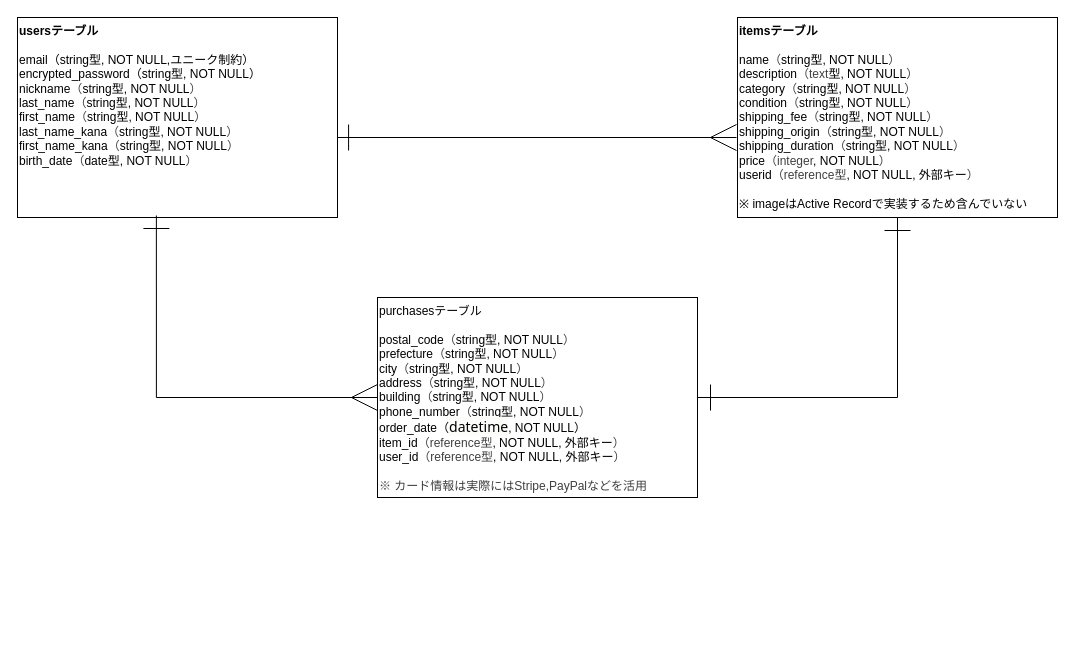
Earlier version of the draw.io diagram frima.dio (AS062206/furima-42123). Source tidied: cells renumbered, new cells numbered last; positions are measured from the earlier drawing's top-left corner, leaving out a move shared by most shapes. Both pictures are drawn from the tidied source at 100%, with x=0, y=0 at pixel (17, 17).
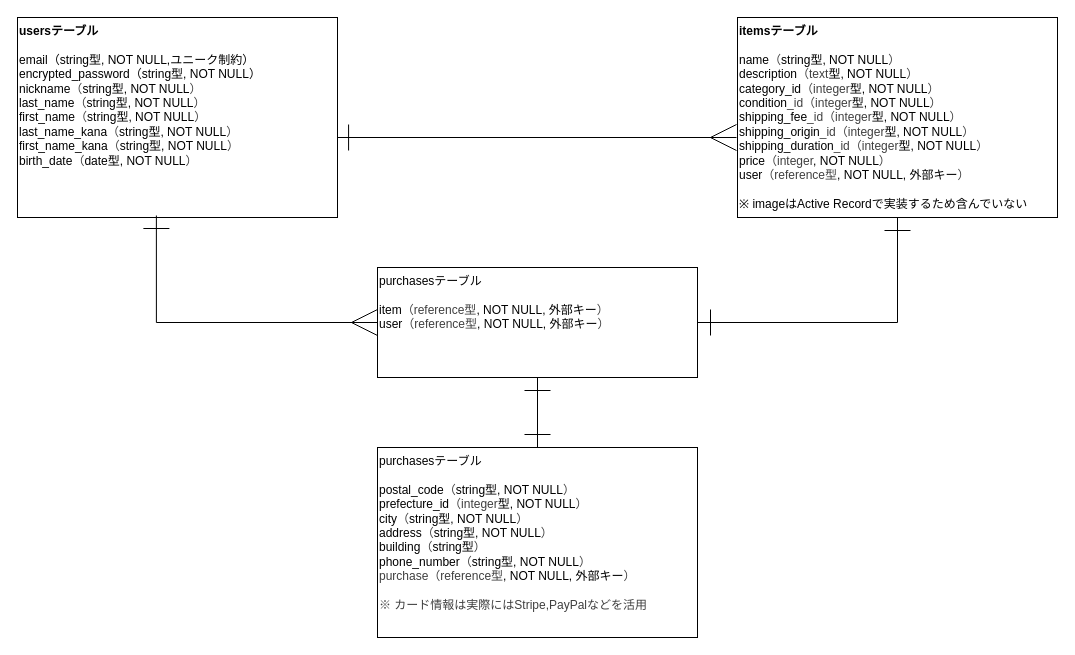
Above is the later version.

The edit, as a diff of the source:
```diff
@@
 <mxGraphModel>
   <root>
     <mxCell id="0" />
     <mxCell id="1" parent="0" />
     <mxCell id="2" style="edgeStyle=none;html=1;exitX=0.994;exitY=0.6;exitDx=0;exitDy=0;rounded=0;curved=0;startArrow=ERone;startFill=0;endArrow=ERmany;endFill=0;strokeWidth=1;exitPerimeter=0;endSize=24;startSize=24;" parent="1" edge="1" source="3">
       <mxGeometry relative="1" as="geometry">
         <mxPoint x="719" y="120" as="targetPoint" />
       </mxGeometry>
     </mxCell>
     <mxCell id="3" value="&lt;b&gt;usersテーブル&lt;br&gt;&lt;/b&gt;&lt;br&gt;    email（string型, NOT NULL,ユニーク制約）&lt;div&gt;encrypted_password（&lt;span style=&quot;color: rgb(0, 0, 0); background-color: transparent;&quot;&gt;string型, NOT NULL&lt;/span&gt;&lt;span style=&quot;background-color: transparent;&quot;&gt;）&lt;/span&gt;&lt;/div&gt;&lt;div&gt;nickname&lt;span style=&quot;background-color: transparent; color: rgb(63, 63, 63);&quot;&gt;（&lt;/span&gt;&lt;span style=&quot;background-color: transparent; color: rgb(0, 0, 0);&quot;&gt;string型, NOT NULL&lt;/span&gt;&lt;span style=&quot;background-color: transparent; color: rgb(63, 63, 63);&quot;&gt;）&lt;/span&gt;&lt;/div&gt;&lt;div&gt;last_name&lt;span style=&quot;background-color: transparent; color: rgb(63, 63, 63);&quot;&gt;（&lt;/span&gt;&lt;span style=&quot;background-color: transparent; color: rgb(0, 0, 0);&quot;&gt;string型, NOT NULL&lt;/span&gt;&lt;span style=&quot;background-color: transparent; color: rgb(63, 63, 63);&quot;&gt;）&lt;/span&gt;&lt;/div&gt;&lt;div&gt;first_name&lt;span style=&quot;background-color: transparent; color: rgb(63, 63, 63);&quot;&gt;（&lt;/span&gt;&lt;span style=&quot;background-color: transparent; color: rgb(0, 0, 0);&quot;&gt;string型, NOT NULL&lt;/span&gt;&lt;span style=&quot;background-color: transparent; color: rgb(63, 63, 63);&quot;&gt;）&lt;/span&gt;&lt;/div&gt;&lt;div&gt;last_name_kana&lt;span style=&quot;background-color: transparent; color: rgb(63, 63, 63);&quot;&gt;（&lt;/span&gt;&lt;span style=&quot;background-color: transparent; color: rgb(0, 0, 0);&quot;&gt;string型, NOT NULL&lt;/span&gt;&lt;span style=&quot;background-color: transparent; color: rgb(63, 63, 63);&quot;&gt;）&lt;/span&gt;&lt;/div&gt;&lt;div&gt;first_name_kana&lt;span style=&quot;background-color: transparent; color: rgb(63, 63, 63);&quot;&gt;（&lt;/span&gt;&lt;span style=&quot;background-color: transparent; color: rgb(0, 0, 0);&quot;&gt;string型, NOT NULL&lt;/span&gt;&lt;span style=&quot;background-color: transparent; color: rgb(63, 63, 63);&quot;&gt;）&lt;/span&gt;&lt;/div&gt;&lt;div&gt;birth_date&lt;span style=&quot;background-color: transparent; color: rgb(63, 63, 63);&quot;&gt;（&lt;/span&gt;&lt;span style=&quot;background-color: transparent;&quot;&gt;&lt;font color=&quot;#000000&quot;&gt;date型, NOT NULL&lt;/font&gt;&lt;/span&gt;&lt;span style=&quot;background-color: transparent; color: rgb(63, 63, 63);&quot;&gt;）&lt;/span&gt;&lt;/div&gt;" style="rounded=0;whiteSpace=wrap;html=1;align=left;verticalAlign=top;" parent="1" vertex="1">
       <mxGeometry width="320" height="200" as="geometry" />
     </mxCell>
-    <mxCell id="4" style="edgeStyle=orthogonalEdgeStyle;html=1;exitX=0.5;exitY=1;exitDx=0;exitDy=0;entryX=1;entryY=0.5;entryDx=0;entryDy=0;rounded=0;curved=0;endArrow=ERone;endFill=0;startArrow=ERone;startFill=0;endSize=24;startSize=24;" parent="1" edge="1" source="5" target="7">
+    <mxCell id="4" style="edgeStyle=orthogonalEdgeStyle;html=1;exitX=0.5;exitY=1;exitDx=0;exitDy=0;rounded=0;curved=0;endArrow=ERone;endFill=0;startArrow=ERone;startFill=0;endSize=24;startSize=24;entryX=1;entryY=0.5;entryDx=0;entryDy=0;" parent="1" edge="1" source="5" target="7">
       <mxGeometry relative="1" as="geometry" />
     </mxCell>
-    <mxCell id="5" value="&lt;b&gt;itemsテーブル&lt;/b&gt;&lt;br&gt;&lt;br&gt;   name&lt;span style=&quot;background-color: transparent; color: rgb(63, 63, 63);&quot;&gt;（&lt;/span&gt;&lt;span style=&quot;background-color: transparent; color: rgb(0, 0, 0);&quot;&gt;string型, NOT NULL&lt;/span&gt;&lt;span style=&quot;background-color: transparent; color: rgb(63, 63, 63);&quot;&gt;）&lt;/span&gt;&lt;div&gt;description&lt;span style=&quot;background-color: transparent; color: rgb(63, 63, 63);&quot;&gt;（text&lt;/span&gt;&lt;span style=&quot;background-color: transparent; color: rgb(0, 0, 0);&quot;&gt;型, NOT NULL&lt;/span&gt;&lt;span style=&quot;background-color: transparent; color: rgb(63, 63, 63);&quot;&gt;）&lt;/span&gt;&lt;/div&gt;&lt;div&gt;category&lt;span style=&quot;background-color: transparent; color: rgb(63, 63, 63);&quot;&gt;（&lt;/span&gt;&lt;span style=&quot;background-color: transparent; color: rgb(0, 0, 0);&quot;&gt;string型, NOT NULL&lt;/span&gt;&lt;span style=&quot;background-color: transparent; color: rgb(63, 63, 63);&quot;&gt;）&lt;/span&gt;&lt;/div&gt;&lt;div&gt;condition&lt;span style=&quot;background-color: transparent; color: rgb(63, 63, 63);&quot;&gt;（&lt;/span&gt;&lt;span style=&quot;background-color: transparent; color: rgb(0, 0, 0);&quot;&gt;string型, NOT NULL&lt;/span&gt;&lt;span style=&quot;background-color: transparent; color: rgb(63, 63, 63);&quot;&gt;）&lt;/span&gt;&lt;/div&gt;&lt;div&gt;shipping_fee&lt;span style=&quot;background-color: transparent; color: rgb(63, 63, 63);&quot;&gt;（&lt;/span&gt;&lt;span style=&quot;background-color: transparent; color: rgb(0, 0, 0);&quot;&gt;string型, NOT NULL&lt;/span&gt;&lt;span style=&quot;background-color: transparent; color: rgb(63, 63, 63);&quot;&gt;）&lt;/span&gt;&lt;/div&gt;&lt;div&gt;shipping_origin&lt;span style=&quot;background-color: transparent; color: rgb(63, 63, 63);&quot;&gt;（&lt;/span&gt;&lt;span style=&quot;background-color: transparent; color: rgb(0, 0, 0);&quot;&gt;string型, NOT NULL&lt;/span&gt;&lt;span style=&quot;background-color: transparent; color: rgb(63, 63, 63);&quot;&gt;）&lt;/span&gt;&lt;/div&gt;&lt;div&gt;shipping_duration&lt;span style=&quot;background-color: transparent; color: rgb(63, 63, 63);&quot;&gt;（&lt;/span&gt;&lt;span style=&quot;background-color: transparent; color: rgb(0, 0, 0);&quot;&gt;string型, NOT NULL&lt;/span&gt;&lt;span style=&quot;background-color: transparent; color: rgb(63, 63, 63);&quot;&gt;）&lt;/span&gt;&lt;/div&gt;&lt;div&gt;price&lt;span style=&quot;background-color: transparent; color: rgb(63, 63, 63);&quot;&gt;（integer&lt;/span&gt;&lt;span style=&quot;background-color: transparent; color: rgb(0, 0, 0);&quot;&gt;, NOT NULL&lt;/span&gt;&lt;span style=&quot;background-color: transparent; color: rgb(63, 63, 63);&quot;&gt;）&lt;/span&gt;&lt;/div&gt;&lt;div&gt;userid&lt;span style=&quot;color: rgb(63, 63, 63); background-color: transparent;&quot;&gt;（reference型&lt;/span&gt;&lt;span style=&quot;color: rgb(0, 0, 0); background-color: transparent;&quot;&gt;, NOT NULL, 外部キー&lt;/span&gt;&lt;span style=&quot;color: rgb(63, 63, 63); background-color: transparent;&quot;&gt;）&lt;/span&gt;&lt;br&gt;&lt;br&gt;※ imageはActive Recordで実装するため含んでいない&lt;/div&gt;" style="rounded=0;whiteSpace=wrap;html=1;align=left;verticalAlign=top;horizontal=1;" parent="1" vertex="1">
+    <mxCell id="5" value="&lt;b&gt;itemsテーブル&lt;/b&gt;&lt;br&gt;&lt;br&gt;   name&lt;span style=&quot;background-color: transparent; color: rgb(63, 63, 63);&quot;&gt;（&lt;/span&gt;&lt;span style=&quot;background-color: transparent; color: rgb(0, 0, 0);&quot;&gt;string型, NOT NULL&lt;/span&gt;&lt;span style=&quot;background-color: transparent; color: rgb(63, 63, 63);&quot;&gt;）&lt;/span&gt;&lt;div&gt;description&lt;span style=&quot;background-color: transparent; color: rgb(63, 63, 63);&quot;&gt;（text&lt;/span&gt;&lt;span style=&quot;background-color: transparent; color: rgb(0, 0, 0);&quot;&gt;型, NOT NULL&lt;/span&gt;&lt;span style=&quot;background-color: transparent; color: rgb(63, 63, 63);&quot;&gt;）&lt;/span&gt;&lt;/div&gt;&lt;div&gt;category_id&lt;span style=&quot;background-color: transparent; color: rgb(63, 63, 63);&quot;&gt;（integer&lt;/span&gt;&lt;span style=&quot;background-color: transparent; color: rgb(0, 0, 0);&quot;&gt;型, NOT NULL&lt;/span&gt;&lt;span style=&quot;background-color: transparent; color: rgb(63, 63, 63);&quot;&gt;）&lt;/span&gt;&lt;/div&gt;&lt;div&gt;condition&lt;span style=&quot;background-color: transparent; color: rgb(0, 0, 0);&quot;&gt;&lt;span style=&quot;color: rgb(63, 63, 63);&quot;&gt;_id&lt;/span&gt;&lt;span style=&quot;background-color: transparent; color: rgb(63, 63, 63);&quot;&gt;（integer&lt;/span&gt;型, NOT NULL&lt;/span&gt;&lt;span style=&quot;background-color: transparent; color: rgb(63, 63, 63);&quot;&gt;）&lt;/span&gt;&lt;/div&gt;&lt;div&gt;shipping_fee&lt;span style=&quot;background-color: transparent; color: rgb(0, 0, 0);&quot;&gt;&lt;span style=&quot;color: rgb(63, 63, 63);&quot;&gt;_id&lt;/span&gt;&lt;span style=&quot;background-color: transparent; color: rgb(63, 63, 63);&quot;&gt;（integer&lt;/span&gt;型, NOT NULL&lt;/span&gt;&lt;span style=&quot;background-color: transparent; color: rgb(63, 63, 63);&quot;&gt;）&lt;/span&gt;&lt;/div&gt;&lt;div&gt;shipping_origin&lt;span style=&quot;background-color: transparent; color: rgb(0, 0, 0);&quot;&gt;&lt;span style=&quot;color: rgb(63, 63, 63);&quot;&gt;_id&lt;/span&gt;&lt;span style=&quot;background-color: transparent; color: rgb(63, 63, 63);&quot;&gt;（integer&lt;/span&gt;型, NOT NULL&lt;/span&gt;&lt;span style=&quot;background-color: transparent; color: rgb(63, 63, 63);&quot;&gt;）&lt;/span&gt;&lt;/div&gt;&lt;div&gt;shipping_duration&lt;span style=&quot;background-color: transparent; color: rgb(0, 0, 0);&quot;&gt;&lt;span style=&quot;color: rgb(63, 63, 63);&quot;&gt;_id&lt;/span&gt;&lt;span style=&quot;background-color: transparent; color: rgb(63, 63, 63);&quot;&gt;（integer&lt;/span&gt;型, NOT NULL&lt;/span&gt;&lt;span style=&quot;background-color: transparent; color: rgb(63, 63, 63);&quot;&gt;）&lt;/span&gt;&lt;/div&gt;&lt;div&gt;price&lt;span style=&quot;background-color: transparent; color: rgb(63, 63, 63);&quot;&gt;（integer&lt;/span&gt;&lt;span style=&quot;background-color: transparent; color: rgb(0, 0, 0);&quot;&gt;, NOT NULL&lt;/span&gt;&lt;span style=&quot;background-color: transparent; color: rgb(63, 63, 63);&quot;&gt;）&lt;/span&gt;&lt;/div&gt;&lt;div&gt;user&lt;span style=&quot;color: rgb(63, 63, 63); background-color: transparent;&quot;&gt;（reference型&lt;/span&gt;&lt;span style=&quot;color: rgb(0, 0, 0); background-color: transparent;&quot;&gt;, NOT NULL, 外部キー&lt;/span&gt;&lt;span style=&quot;color: rgb(63, 63, 63); background-color: transparent;&quot;&gt;）&lt;/span&gt;&lt;br&gt;&lt;br&gt;※ imageはActive Recordで実装するため含んでいない&lt;/div&gt;" style="rounded=0;whiteSpace=wrap;html=1;align=left;verticalAlign=top;horizontal=1;" parent="1" vertex="1">
       <mxGeometry x="720" width="320" height="200" as="geometry" />
     </mxCell>
     <mxCell id="6" style="edgeStyle=orthogonalEdgeStyle;html=1;exitX=0;exitY=0.5;exitDx=0;exitDy=0;entryX=0.434;entryY=0.99;entryDx=0;entryDy=0;entryPerimeter=0;rounded=0;curved=0;endArrow=ERone;endFill=0;startArrow=ERmany;startFill=0;endSize=24;startSize=24;" parent="1" edge="1" source="7" target="3">
       <mxGeometry relative="1" as="geometry" />
     </mxCell>
-    <mxCell id="7" value="purchasesテーブル&lt;br&gt;&lt;br&gt;postal_code&lt;span style=&quot;color: rgb(63, 63, 63);&quot;&gt;（&lt;/span&gt;&lt;span style=&quot;background-color: transparent; color: rgb(0, 0, 0);&quot;&gt;string型, NOT NULL&lt;/span&gt;&lt;span style=&quot;color: rgb(63, 63, 63); background-color: transparent;&quot;&gt;）&lt;/span&gt;&lt;br&gt;prefecture&lt;span style=&quot;color: rgb(63, 63, 63);&quot;&gt;（&lt;/span&gt;&lt;span style=&quot;background-color: transparent; color: rgb(0, 0, 0);&quot;&gt;string型, NOT NULL&lt;/span&gt;&lt;span style=&quot;color: rgb(63, 63, 63); background-color: transparent;&quot;&gt;）&lt;/span&gt;&lt;br&gt;city&lt;span style=&quot;color: rgb(63, 63, 63);&quot;&gt;（&lt;/span&gt;&lt;span style=&quot;background-color: transparent; color: rgb(0, 0, 0);&quot;&gt;string型, NOT NULL&lt;/span&gt;&lt;span style=&quot;color: rgb(63, 63, 63); background-color: transparent;&quot;&gt;）&lt;/span&gt;&lt;br&gt;address&lt;span style=&quot;color: rgb(63, 63, 63);&quot;&gt;（&lt;/span&gt;&lt;span style=&quot;background-color: transparent; color: rgb(0, 0, 0);&quot;&gt;string型, NOT NULL&lt;/span&gt;&lt;span style=&quot;color: rgb(63, 63, 63); background-color: transparent;&quot;&gt;）&lt;/span&gt;&lt;br&gt;building&lt;span style=&quot;color: rgb(63, 63, 63);&quot;&gt;（&lt;/span&gt;&lt;span style=&quot;background-color: transparent; color: rgb(0, 0, 0);&quot;&gt;string型, NOT NULL&lt;/span&gt;&lt;span style=&quot;color: rgb(63, 63, 63); background-color: transparent;&quot;&gt;）&lt;/span&gt;&lt;br&gt;phone_number&lt;span style=&quot;color: rgb(63, 63, 63);&quot;&gt;（&lt;/span&gt;&lt;span style=&quot;background-color: transparent; color: rgb(0, 0, 0);&quot;&gt;string型, NOT NULL&lt;/span&gt;&lt;span style=&quot;color: rgb(63, 63, 63); background-color: transparent;&quot;&gt;）&lt;/span&gt;&lt;div&gt;order_date（&lt;font face=&quot;fkGroteskNeue, fkGroteskNeue Fallback, ui-sans-serif, system-ui, -apple-system, BlinkMacSystemFont, Segoe UI, Roboto, Helvetica Neue, Arial, Noto Sans, sans-serif, Apple Color Emoji, Segoe UI Emoji, Segoe UI Symbol, Noto Color Emoji&quot;&gt;&lt;span style=&quot;font-size: 14px; background-color: oklch(0.99 0.004 106.471);&quot;&gt;datetime&lt;/span&gt;&lt;/font&gt;&lt;span style=&quot;color: rgb(0, 0, 0); background-color: transparent;&quot;&gt;, NOT NULL&lt;/span&gt;&lt;span style=&quot;background-color: transparent;&quot;&gt;）&lt;/span&gt;&lt;/div&gt;&lt;div&gt;&lt;div&gt;&lt;span style=&quot;background-color: transparent;&quot;&gt;item_id&lt;/span&gt;&lt;span style=&quot;background-color: transparent; color: rgb(63, 63, 63);&quot;&gt;（reference型&lt;/span&gt;&lt;span style=&quot;background-color: transparent; color: rgb(0, 0, 0);&quot;&gt;, NOT NULL, 外部キー&lt;/span&gt;&lt;span style=&quot;background-color: transparent; color: rgb(63, 63, 63);&quot;&gt;）&lt;/span&gt;&lt;div&gt;user_id&lt;span style=&quot;background-color: transparent; color: rgb(63, 63, 63);&quot;&gt;（reference型&lt;/span&gt;&lt;span style=&quot;background-color: transparent; color: rgb(0, 0, 0);&quot;&gt;, NOT NULL, 外部キー&lt;/span&gt;&lt;span style=&quot;background-color: transparent; color: rgb(63, 63, 63);&quot;&gt;）&lt;/span&gt;&lt;br&gt; &lt;div&gt;&lt;span style=&quot;background-color: transparent; color: rgb(63, 63, 63);&quot;&gt;&lt;br&gt;&lt;/span&gt;&lt;/div&gt;&lt;div&gt;&lt;span style=&quot;background-color: transparent; color: rgb(63, 63, 63);&quot;&gt;&lt;span style=&quot;color: rgb(63, 63, 63);&quot;&gt;※ カード情報は実際にはStripe,PayPalなどを活用&lt;/span&gt;&lt;/span&gt;&lt;/div&gt;&lt;/div&gt;&lt;/div&gt;&lt;/div&gt;" style="rounded=0;whiteSpace=wrap;html=1;align=left;verticalAlign=top;" parent="1" vertex="1">
-      <mxGeometry x="360" y="280" width="320" height="200" as="geometry" />
+    <mxCell id="7" value="purchasesテーブル&lt;br&gt;&lt;br&gt;&lt;div&gt;&lt;span style=&quot;background-color: transparent;&quot;&gt;item&lt;/span&gt;&lt;span style=&quot;background-color: transparent; color: rgb(63, 63, 63);&quot;&gt;（reference型&lt;/span&gt;&lt;span style=&quot;background-color: transparent; color: rgb(0, 0, 0);&quot;&gt;, NOT NULL, 外部キー&lt;/span&gt;&lt;span style=&quot;background-color: transparent; color: rgb(63, 63, 63);&quot;&gt;）&lt;/span&gt;&lt;div&gt;user&lt;span style=&quot;background-color: transparent; color: rgb(63, 63, 63);&quot;&gt;（reference型&lt;/span&gt;&lt;span style=&quot;background-color: transparent; color: rgb(0, 0, 0);&quot;&gt;, NOT NULL, 外部キー&lt;/span&gt;&lt;span style=&quot;background-color: transparent; color: rgb(63, 63, 63);&quot;&gt;）&lt;/span&gt;&lt;/div&gt;&lt;/div&gt;" style="rounded=0;whiteSpace=wrap;html=1;align=left;verticalAlign=top;" parent="1" vertex="1">
+      <mxGeometry x="360" y="250" width="320" height="110" as="geometry" />
     </mxCell>
+    <mxCell id="8" value="purchasesテーブル&lt;br&gt;&lt;br&gt;postal_code&lt;span style=&quot;color: rgb(63, 63, 63);&quot;&gt;（&lt;/span&gt;&lt;span style=&quot;background-color: transparent; color: rgb(0, 0, 0);&quot;&gt;string型, NOT NULL&lt;/span&gt;&lt;span style=&quot;color: rgb(63, 63, 63); background-color: transparent;&quot;&gt;）&lt;/span&gt;&lt;br&gt;prefecture_id&lt;span style=&quot;color: rgb(63, 63, 63);&quot;&gt;（integer&lt;/span&gt;&lt;span style=&quot;background-color: transparent; color: rgb(0, 0, 0);&quot;&gt;型, NOT NULL&lt;/span&gt;&lt;span style=&quot;color: rgb(63, 63, 63); background-color: transparent;&quot;&gt;）&lt;/span&gt;&lt;br&gt;city&lt;span style=&quot;color: rgb(63, 63, 63);&quot;&gt;（&lt;/span&gt;&lt;span style=&quot;background-color: transparent; color: rgb(0, 0, 0);&quot;&gt;string型, NOT NULL&lt;/span&gt;&lt;span style=&quot;color: rgb(63, 63, 63); background-color: transparent;&quot;&gt;）&lt;/span&gt;&lt;br&gt;address&lt;span style=&quot;color: rgb(63, 63, 63);&quot;&gt;（&lt;/span&gt;&lt;span style=&quot;background-color: transparent; color: rgb(0, 0, 0);&quot;&gt;string型, NOT NULL&lt;/span&gt;&lt;span style=&quot;color: rgb(63, 63, 63); background-color: transparent;&quot;&gt;）&lt;/span&gt;&lt;br&gt;building&lt;span style=&quot;color: rgb(63, 63, 63);&quot;&gt;（&lt;/span&gt;&lt;span style=&quot;background-color: transparent; color: rgb(0, 0, 0);&quot;&gt;string型&lt;/span&gt;&lt;span style=&quot;color: rgb(63, 63, 63); background-color: transparent;&quot;&gt;）&lt;/span&gt;&lt;br&gt;phone_number&lt;span style=&quot;color: rgb(63, 63, 63);&quot;&gt;（&lt;/span&gt;&lt;span style=&quot;background-color: transparent; color: rgb(0, 0, 0);&quot;&gt;string型, NOT NULL&lt;/span&gt;&lt;span style=&quot;color: rgb(63, 63, 63); background-color: transparent;&quot;&gt;）&lt;/span&gt;&lt;div&gt;&lt;span style=&quot;background-color: transparent; color: rgb(63, 63, 63);&quot;&gt;purchase（reference型&lt;/span&gt;&lt;span style=&quot;background-color: transparent; color: rgb(0, 0, 0);&quot;&gt;, NOT NULL, 外部キー&lt;/span&gt;&lt;span style=&quot;background-color: transparent; color: rgb(63, 63, 63);&quot;&gt;）&lt;/span&gt;&lt;/div&gt;&lt;div&gt;&lt;div&gt;&lt;div&gt; &lt;div&gt;&lt;span style=&quot;background-color: transparent; color: rgb(63, 63, 63);&quot;&gt;&lt;br&gt;&lt;/span&gt;&lt;/div&gt;&lt;div&gt;&lt;span style=&quot;background-color: transparent; color: rgb(63, 63, 63);&quot;&gt;&lt;span style=&quot;color: rgb(63, 63, 63);&quot;&gt;※ カード情報は実際にはStripe,PayPalなどを活用&lt;/span&gt;&lt;/span&gt;&lt;/div&gt;&lt;/div&gt;&lt;/div&gt;&lt;/div&gt;" style="rounded=0;whiteSpace=wrap;html=1;align=left;verticalAlign=top;" parent="1" vertex="1">
+      <mxGeometry x="360" y="430" width="320" height="190" as="geometry" />
+    </mxCell>
+    <mxCell id="9" style="edgeStyle=orthogonalEdgeStyle;html=1;exitX=0.5;exitY=1;exitDx=0;exitDy=0;rounded=0;curved=0;endArrow=ERone;endFill=0;startArrow=ERone;startFill=0;endSize=24;startSize=24;entryX=0.5;entryY=0;entryDx=0;entryDy=0;" parent="1" edge="1" source="7" target="8">
+      <mxGeometry relative="1" as="geometry" />
+    </mxCell>
   </root>
 </mxGraphModel>
```
